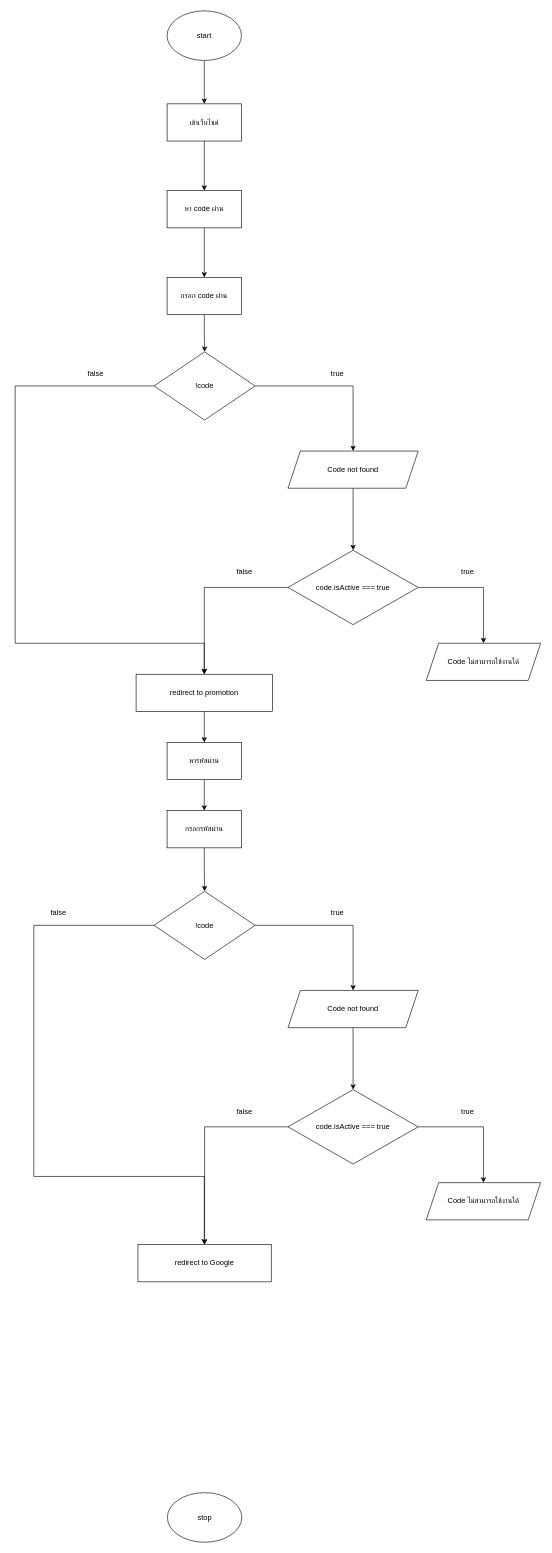
The draw.io diagram FreeCreditDiagram.drawio in ProgrammerOM/Activity-system, before the edit. Source tidied: cells renumbered, new cells numbered last; positions are measured from the earlier drawing's top-left corner, leaving out a move shared by most shapes. Both pictures are drawn from the tidied source at 62%, with x=0, y=0 at pixel (15, 11).
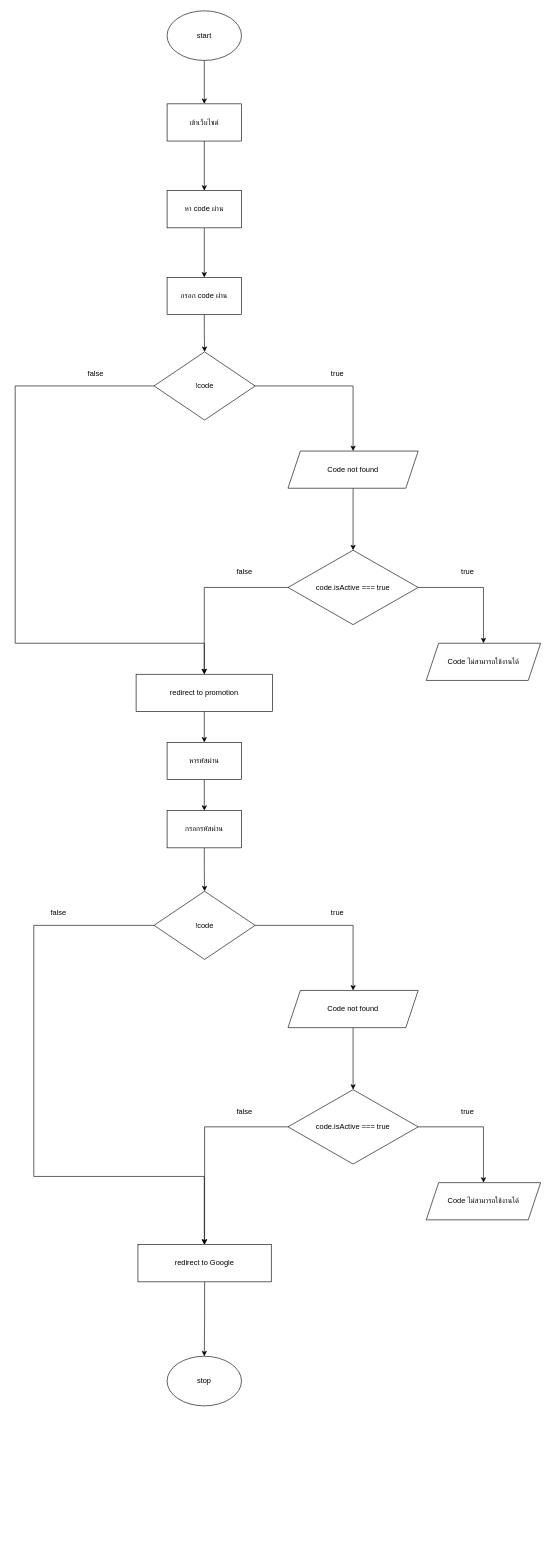
The same diagram, later.

The change refers to these unchanged cells:
```xml
<mxCell id="43" value="redirect to Google" style="whiteSpace=wrap;html=1;rounded=0;" parent="1" vertex="1">
  <mxGeometry x="198" y="1990" width="215" height="60" as="geometry" />
</mxCell>
```

Diff of the diagram source:
```diff
@@
     <mxCell id="25" value="stop" style="ellipse;whiteSpace=wrap;html=1;" parent="1" vertex="1">
-      <mxGeometry x="245.5" y="2390" width="120" height="80" as="geometry" />
+      <mxGeometry x="245" y="2170" width="120" height="80" as="geometry" />
     </mxCell>
@@
+    <mxCell id="44" style="edgeStyle=orthogonalEdgeStyle;rounded=0;jettySize=auto;html=1;entryX=0.5;entryY=0;entryDx=0;entryDy=0;" parent="1" edge="1" source="43" target="25">
+      <mxGeometry relative="1" as="geometry" />
+    </mxCell>
```
